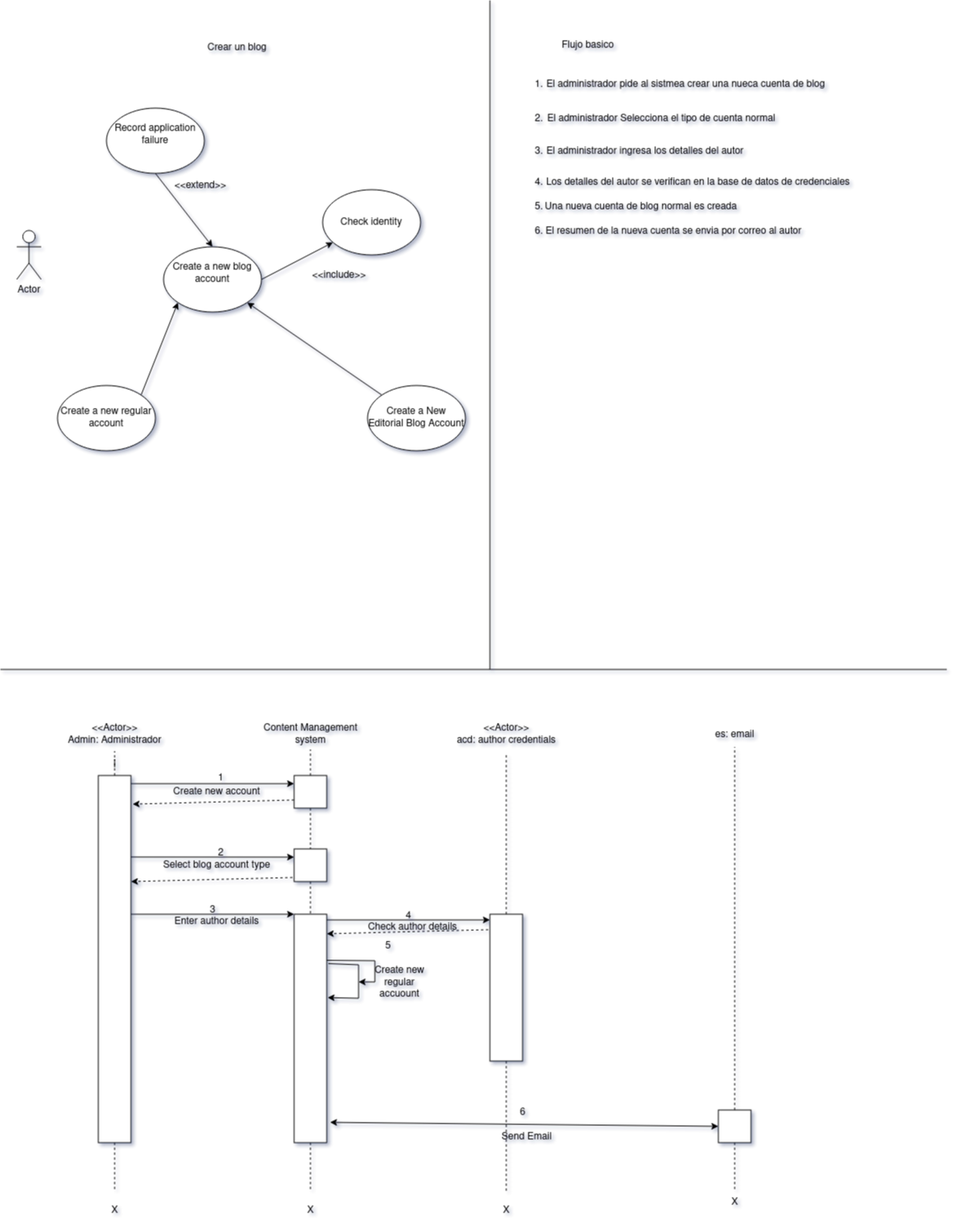
Before: DSejemplo.drawio.png, a diagram exported from draw.io (GermanOjeda/Tarea-ETS). Source tidied: cells renumbered, new cells last; positions are measured from the earlier drawing's top-left corner, leaving out a move shared by most shapes.
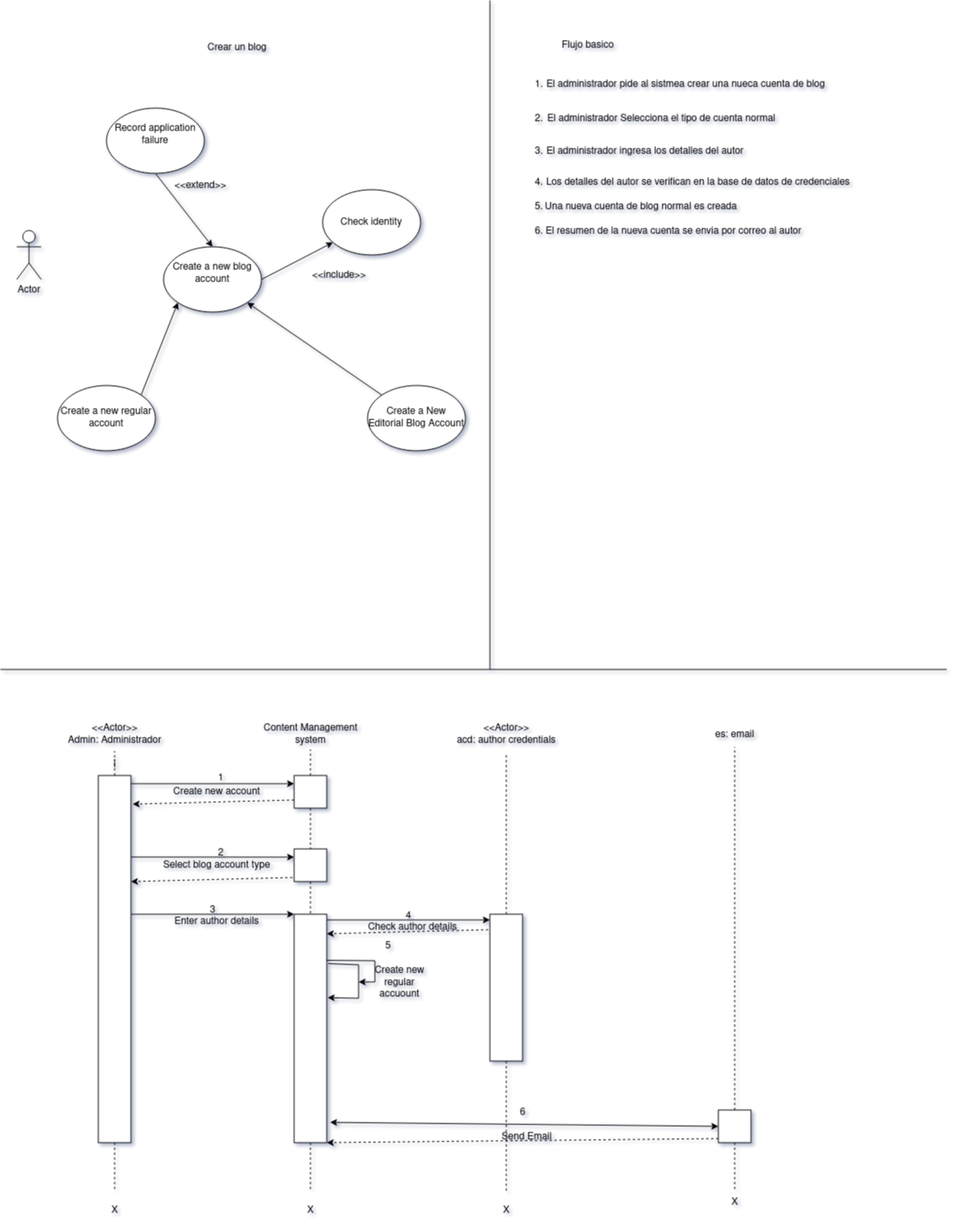
The same diagram one commit later.

Diff of the diagram source:
```diff
@@ -266,5 +266,10 @@
     <mxCell id="75" value="X" style="text;html=1;align=center;verticalAlign=middle;strokeColor=none;fillColor=none;" parent="1" vertex="1">
       <mxGeometry x="885" y="1458" width="30" height="30" as="geometry" />
     </mxCell>
+    <mxCell id="76" style="edgeStyle=none;jettySize=auto;html=1;rounded=0;dashed=1;entryX=1;entryY=1;entryDx=0;entryDy=0;exitX=0;exitY=0.75;exitDx=0;exitDy=0;" parent="1" edge="1" target="48">
+      <mxGeometry relative="1" as="geometry">
+        <mxPoint x="880" y="1395" as="sourcePoint" />
+      </mxGeometry>
+    </mxCell>
   </root>
 </mxGraphModel>
```
